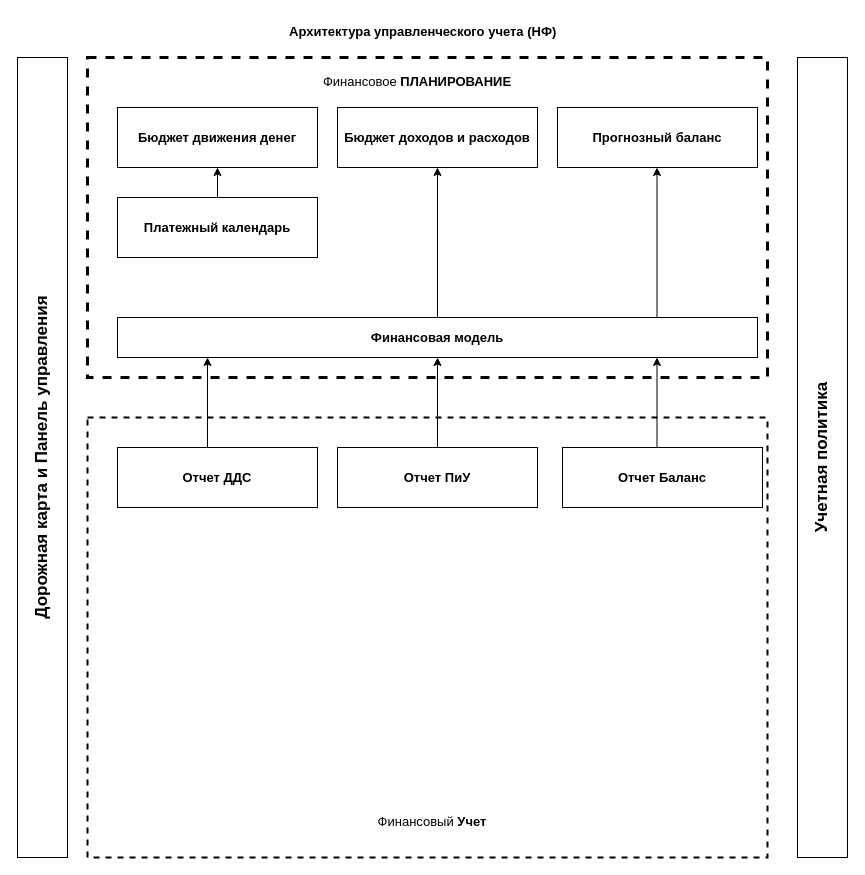
This is Диаграмма без названия.drawio from xMusica/AT_MBP, a draw.io file, before an edit. Source tidied: cells renumbered, new cells numbered last; positions are measured from the earlier drawing's top-left corner, leaving out a move shared by most shapes. Both pictures are drawn from the tidied source at 100%, with x=0, y=0 at pixel (17, 17).
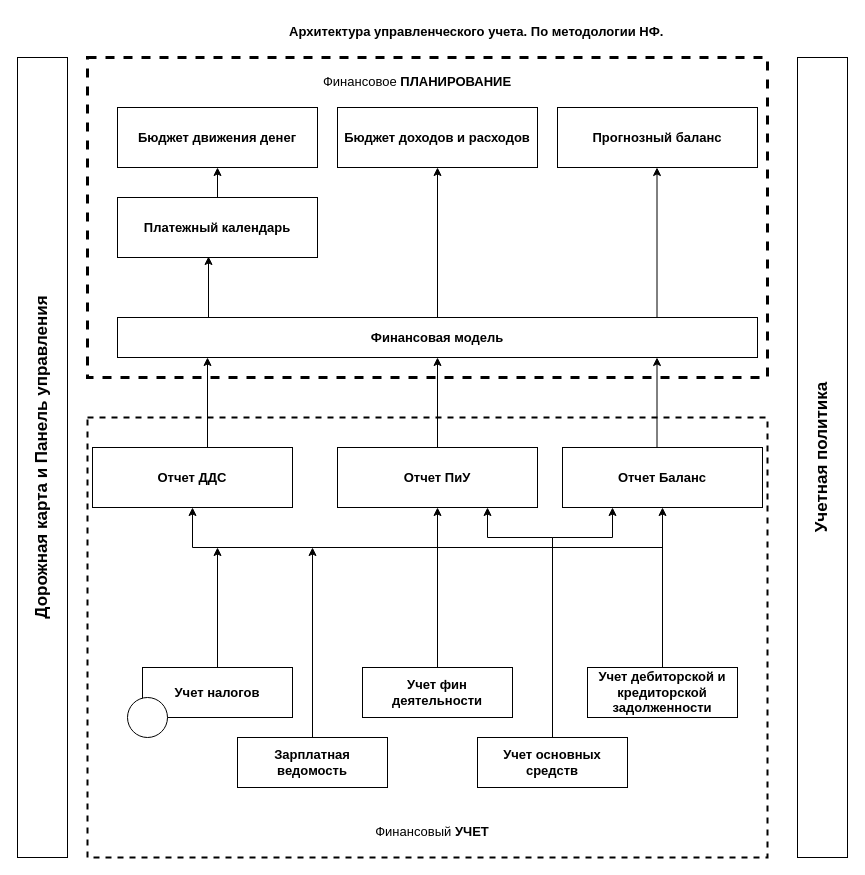
The same diagram, later.

Commit message:
сохранения фин планирования1.drawio

Unchanged cells that the change refers to:
```xml
<mxCell id="10" value="Платежный календарь" style="rounded=0;whiteSpace=wrap;html=1;labelBackgroundColor=default;strokeWidth=1;fontSize=13;fontStyle=1;" parent="1" vertex="1">
  <mxGeometry x="100" y="180" width="200" height="60" as="geometry" />
</mxCell>
<mxCell id="19" value="Отчет ПиУ" style="rounded=0;whiteSpace=wrap;html=1;labelBackgroundColor=default;strokeWidth=1;fontSize=13;fontStyle=1;" parent="1" vertex="1">
  <mxGeometry x="320" y="430" width="200" height="60" as="geometry" />
</mxCell>
<mxCell id="20" value="Отчет Баланс" style="rounded=0;whiteSpace=wrap;html=1;labelBackgroundColor=default;strokeWidth=1;fontSize=13;fontStyle=1;" parent="1" vertex="1">
  <mxGeometry x="545" y="430" width="200" height="60" as="geometry" />
</mxCell>
```

Change to the diagram source:
```diff
@@
-    <mxCell id="2" value="&lt;span style=&quot;color: rgb(0, 0, 0); font-family: Helvetica; font-size: 13px; font-style: normal; font-variant-ligatures: normal; font-variant-caps: normal; letter-spacing: normal; orphans: 2; text-align: center; text-indent: 0px; text-transform: none; widows: 2; word-spacing: 0px; -webkit-text-stroke-width: 0px; background-color: rgb(255, 255, 255); text-decoration-thickness: initial; text-decoration-style: initial; text-decoration-color: initial; float: none; display: inline !important;&quot;&gt;Архитектура управленческого учета (НФ)&lt;/span&gt;" style="text;whiteSpace=wrap;html=1;fontStyle=1;fontSize=13;" parent="1" vertex="1">
-      <mxGeometry x="270" width="310" height="40" as="geometry" />
+    <mxCell id="2" value="&lt;span style=&quot;color: rgb(0, 0, 0); font-family: Helvetica; font-size: 13px; font-style: normal; font-variant-ligatures: normal; font-variant-caps: normal; letter-spacing: normal; orphans: 2; text-align: center; text-indent: 0px; text-transform: none; widows: 2; word-spacing: 0px; -webkit-text-stroke-width: 0px; background-color: rgb(255, 255, 255); text-decoration-thickness: initial; text-decoration-style: initial; text-decoration-color: initial; float: none; display: inline !important;&quot;&gt;Архитектура управленческого учета. По методологии НФ.&lt;/span&gt;" style="text;whiteSpace=wrap;html=1;fontStyle=1;fontSize=13;" parent="1" vertex="1">
+      <mxGeometry x="270" width="380" height="40" as="geometry" />
     </mxCell>
@@
-    <mxCell id="14" value="&lt;span style=&quot;color: rgb(0, 0, 0); font-family: Helvetica; font-size: 13px; font-style: normal; font-variant-ligatures: normal; font-variant-caps: normal; letter-spacing: normal; orphans: 2; text-indent: 0px; text-transform: none; widows: 2; word-spacing: 0px; -webkit-text-stroke-width: 0px; background-color: rgb(255, 255, 255); text-decoration-thickness: initial; text-decoration-style: initial; text-decoration-color: initial; float: none; display: inline !important;&quot;&gt;Финансовый&amp;nbsp;&lt;b&gt;Учет&lt;/b&gt;&lt;/span&gt;" style="text;whiteSpace=wrap;html=1;fontStyle=0;align=center;fontSize=13;" parent="1" vertex="1">
-      <mxGeometry x="285" y="790" width="260" height="40" as="geometry" />
+    <mxCell id="14" value="&lt;span style=&quot;color: rgb(0, 0, 0); font-family: Helvetica; font-size: 13px; font-style: normal; font-variant-ligatures: normal; font-variant-caps: normal; letter-spacing: normal; orphans: 2; text-indent: 0px; text-transform: none; widows: 2; word-spacing: 0px; -webkit-text-stroke-width: 0px; background-color: rgb(255, 255, 255); text-decoration-thickness: initial; text-decoration-style: initial; text-decoration-color: initial; float: none; display: inline !important;&quot;&gt;Финансовый&amp;nbsp;&lt;b&gt;УЧЕТ&lt;br&gt;&lt;/b&gt;&lt;/span&gt;" style="text;whiteSpace=wrap;html=1;fontStyle=0;align=center;fontSize=13;" parent="1" vertex="1">
+      <mxGeometry x="285" y="800" width="260" height="40" as="geometry" />
     </mxCell>
@@
     <mxCell id="17" value="Отчет ДДС" style="rounded=0;whiteSpace=wrap;html=1;labelBackgroundColor=default;strokeWidth=1;fontSize=13;fontStyle=1;" parent="1" vertex="1">
-      <mxGeometry x="100" y="430" width="200" height="60" as="geometry" />
+      <mxGeometry x="75" y="430" width="200" height="60" as="geometry" />
     </mxCell>
@@
+    <mxCell id="23" style="edgeStyle=orthogonalEdgeStyle;rounded=0;jettySize=auto;html=1;fontSize=17;" parent="1" edge="1" source="24">
+      <mxGeometry relative="1" as="geometry">
+        <mxPoint x="200" y="530" as="targetPoint" />
+      </mxGeometry>
+    </mxCell>
+    <mxCell id="24" value="Учет налогов" style="rounded=0;whiteSpace=wrap;html=1;labelBackgroundColor=default;strokeWidth=1;fontSize=13;fontStyle=1;" parent="1" vertex="1">
+      <mxGeometry x="125" y="650" width="150" height="50" as="geometry" />
+    </mxCell>
+    <mxCell id="25" style="edgeStyle=orthogonalEdgeStyle;rounded=0;jettySize=auto;html=1;fontSize=17;" parent="1" edge="1" source="26">
+      <mxGeometry relative="1" as="geometry">
+        <mxPoint x="295" y="530" as="targetPoint" />
+      </mxGeometry>
+    </mxCell>
+    <mxCell id="26" value="Зарплатная ведомость" style="rounded=0;whiteSpace=wrap;html=1;labelBackgroundColor=default;strokeWidth=1;fontSize=13;fontStyle=1;" parent="1" vertex="1">
+      <mxGeometry x="220" y="720" width="150" height="50" as="geometry" />
+    </mxCell>
+    <mxCell id="27" style="edgeStyle=orthogonalEdgeStyle;rounded=0;jettySize=auto;html=1;entryX=0.5;entryY=1;entryDx=0;entryDy=0;fontSize=17;" parent="1" edge="1" source="28" target="19">
+      <mxGeometry relative="1" as="geometry" />
+    </mxCell>
+    <mxCell id="28" value="Учет фин деятельности" style="rounded=0;whiteSpace=wrap;html=1;labelBackgroundColor=default;strokeWidth=1;fontSize=13;fontStyle=1;" parent="1" vertex="1">
+      <mxGeometry x="345" y="650" width="150" height="50" as="geometry" />
+    </mxCell>
+    <mxCell id="29" style="edgeStyle=orthogonalEdgeStyle;rounded=0;jettySize=auto;html=1;entryX=0.75;entryY=1;entryDx=0;entryDy=0;fontSize=17;" parent="1" edge="1" source="31" target="19">
+      <mxGeometry relative="1" as="geometry">
+        <Array as="points">
+          <mxPoint x="535" y="520" />
+          <mxPoint x="470" y="520" />
+        </Array>
+      </mxGeometry>
+    </mxCell>
+    <mxCell id="30" style="edgeStyle=orthogonalEdgeStyle;rounded=0;jettySize=auto;html=1;entryX=0.25;entryY=1;entryDx=0;entryDy=0;fontSize=17;" parent="1" edge="1" source="31" target="20">
+      <mxGeometry relative="1" as="geometry">
+        <Array as="points">
+          <mxPoint x="535" y="520" />
+          <mxPoint x="595" y="520" />
+        </Array>
+      </mxGeometry>
+    </mxCell>
+    <mxCell id="31" value="Учет основных средств" style="rounded=0;whiteSpace=wrap;html=1;labelBackgroundColor=default;strokeWidth=1;fontSize=13;fontStyle=1;" parent="1" vertex="1">
+      <mxGeometry x="460" y="720" width="150" height="50" as="geometry" />
+    </mxCell>
+    <mxCell id="32" style="edgeStyle=orthogonalEdgeStyle;rounded=0;jettySize=auto;html=1;entryX=0.5;entryY=1;entryDx=0;entryDy=0;fontSize=17;" parent="1" edge="1" source="34" target="17">
+      <mxGeometry relative="1" as="geometry">
+        <Array as="points">
+          <mxPoint x="645" y="530" />
+          <mxPoint x="175" y="530" />
+        </Array>
+      </mxGeometry>
+    </mxCell>
+    <mxCell id="33" style="edgeStyle=orthogonalEdgeStyle;rounded=0;jettySize=auto;html=1;entryX=0.5;entryY=1;entryDx=0;entryDy=0;fontSize=17;" parent="1" edge="1" source="34" target="20">
+      <mxGeometry relative="1" as="geometry" />
+    </mxCell>
+    <mxCell id="34" value="Учет дебиторской и кредиторской задолженности" style="rounded=0;whiteSpace=wrap;html=1;labelBackgroundColor=default;strokeWidth=1;fontSize=13;fontStyle=1;" parent="1" vertex="1">
+      <mxGeometry x="570" y="650" width="150" height="50" as="geometry" />
+    </mxCell>
+    <mxCell id="35" style="endArrow=classic;html=1;rounded=0;fontSize=17;entryX=0.455;entryY=0.983;entryDx=0;entryDy=0;entryPerimeter=0;" parent="1" edge="1" target="10">
+      <mxGeometry relative="1" as="geometry">
+        <mxPoint x="191" y="300" as="sourcePoint" />
+      </mxGeometry>
+    </mxCell>
+    <mxCell id="36" style="ellipse;whiteSpace=wrap;html=1;labelBackgroundColor=default;strokeWidth=1;fontSize=17;" parent="1" vertex="1">
+      <mxGeometry x="110" y="680" width="40" height="40" as="geometry" />
+    </mxCell>
```
